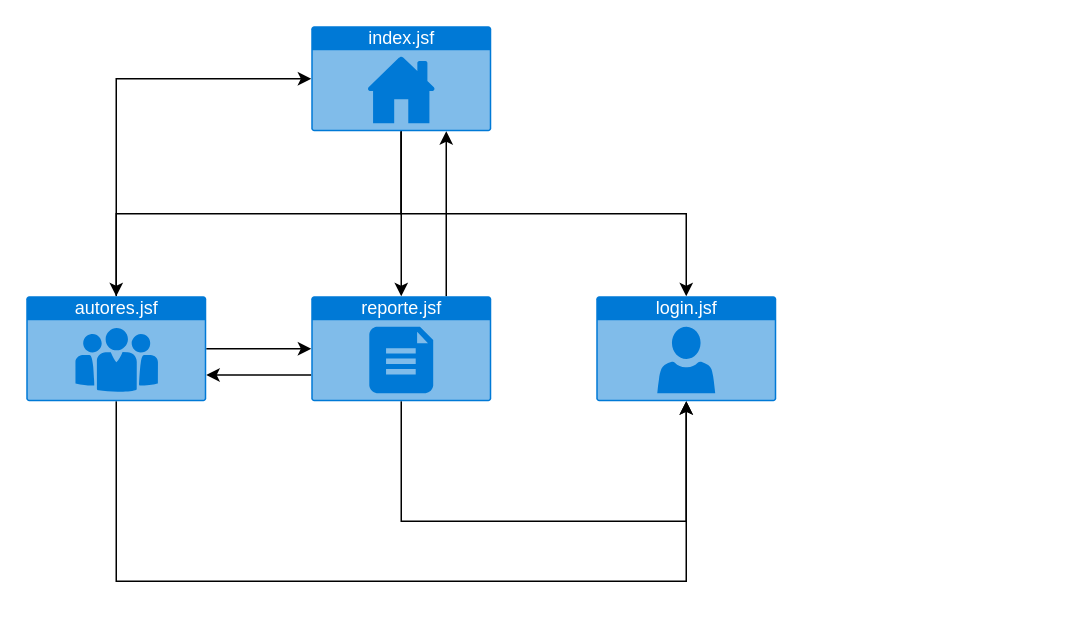
nicasop/PROYECTO_INTEGRADOR_P58 keeps this draw.io diagram as documentacion/mapaNavegacion.drawio. Above is the earlier version. Source tidied: cells renumbered, new cells numbered last; positions are measured from the earlier drawing's top-left corner, leaving out a move shared by most shapes. Both pictures are drawn from the tidied source at 150%, with x=0, y=0 at pixel (26, 26).
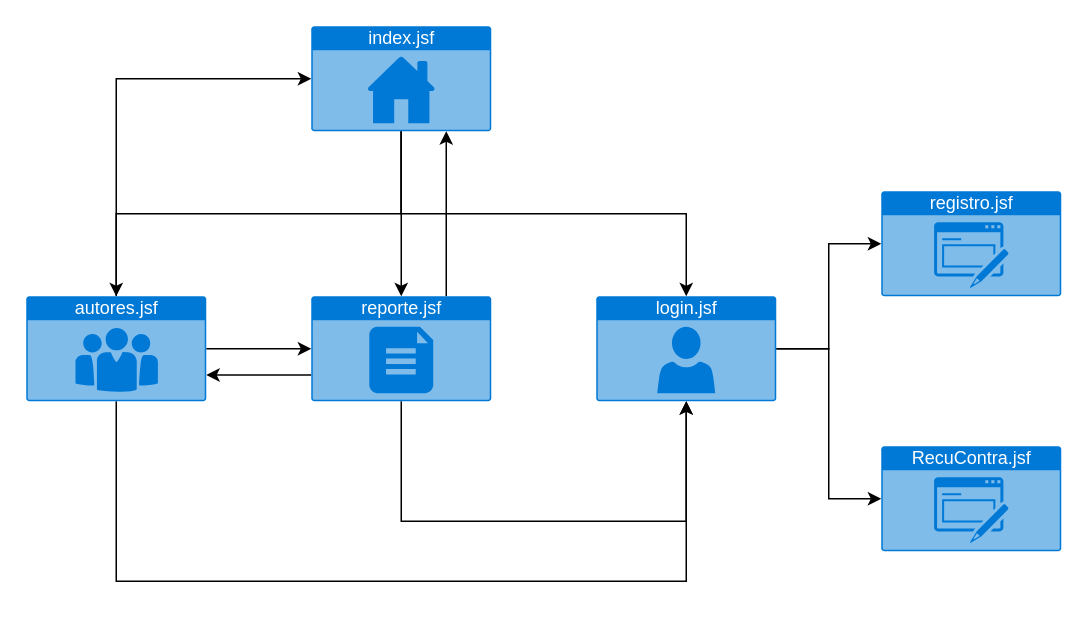
The same diagram, later.

The change refers to these unchanged cells:
```xml
<mxCell id="6" value="login.jsf&lt;br&gt;" style="html=1;strokeColor=none;fillColor=#0079D6;labelPosition=center;verticalLabelPosition=middle;verticalAlign=top;align=center;fontSize=12;outlineConnect=0;spacingTop=-6;fontColor=#FFFFFF;shape=mxgraph.sitemap.profile;" parent="1" vertex="1">
  <mxGeometry x="380" y="180" width="120" height="70" as="geometry" />
</mxCell>
```

Change to the diagram source:
```diff
@@
+    <mxCell id="15" style="edgeStyle=orthogonalEdgeStyle;rounded=0;jettySize=auto;html=1;entryX=0;entryY=0.5;entryDx=0;entryDy=0;entryPerimeter=0;" parent="1" edge="1" source="6" target="17">
+      <mxGeometry relative="1" as="geometry" />
+    </mxCell>
+    <mxCell id="16" style="edgeStyle=orthogonalEdgeStyle;rounded=0;jettySize=auto;html=1;exitX=1;exitY=0.5;exitDx=0;exitDy=0;exitPerimeter=0;entryX=0;entryY=0.5;entryDx=0;entryDy=0;entryPerimeter=0;" parent="1" edge="1" source="6" target="18">
+      <mxGeometry relative="1" as="geometry" />
+    </mxCell>
@@
+    <mxCell id="17" value="registro.jsf" style="html=1;strokeColor=none;fillColor=#0079D6;labelPosition=center;verticalLabelPosition=middle;verticalAlign=top;align=center;fontSize=12;outlineConnect=0;spacingTop=-6;fontColor=#FFFFFF;shape=mxgraph.sitemap.form;" parent="1" vertex="1">
+      <mxGeometry x="570" y="110" width="120" height="70" as="geometry" />
+    </mxCell>
+    <mxCell id="18" value="RecuContra.jsf" style="html=1;strokeColor=none;fillColor=#0079D6;labelPosition=center;verticalLabelPosition=middle;verticalAlign=top;align=center;fontSize=12;outlineConnect=0;spacingTop=-6;fontColor=#FFFFFF;shape=mxgraph.sitemap.form;" parent="1" vertex="1">
+      <mxGeometry x="570" y="280" width="120" height="70" as="geometry" />
+    </mxCell>
```
